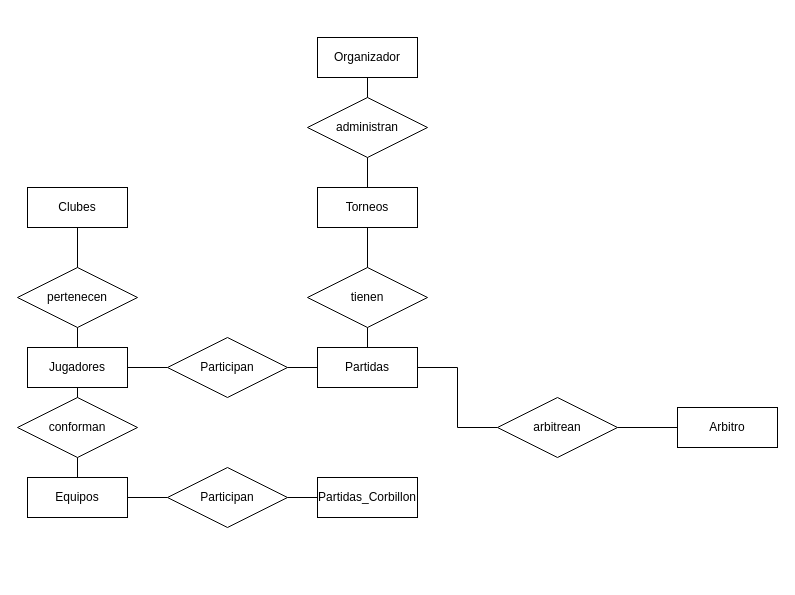
Earlier version of the draw.io diagram Pingpong.drawio (sologia/draw.io). Source tidied: cells renumbered, new cells numbered last; positions are measured from the earlier drawing's top-left corner, leaving out a move shared by most shapes. Both pictures are drawn from the tidied source at 100%, with x=0, y=0 at pixel (17, 37).
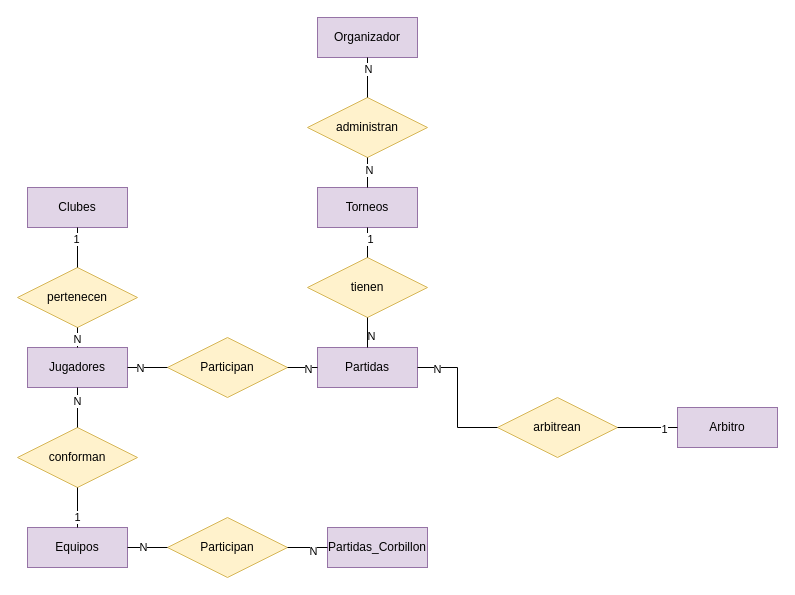
The same page after the edit.

Unchanged cells that the change refers to:
```xml
<mxCell id="17" style="endArrow=none;html=1;rounded=0;exitX=0.5;exitY=1;exitDx=0;exitDy=0;entryX=0.5;entryY=0;entryDx=0;entryDy=0;" parent="1" edge="1" source="7" target="2">
  <mxGeometry relative="1" as="geometry" />
</mxCell>
<mxCell id="18" style="endArrow=none;html=1;rounded=0;entryX=0.5;entryY=1;entryDx=0;entryDy=0;exitX=0.5;exitY=0;exitDx=0;exitDy=0;" parent="1" edge="1" source="7" target="3">
  <mxGeometry relative="1" as="geometry" />
</mxCell>
<mxCell id="19" style="endArrow=none;html=1;rounded=0;exitX=1;exitY=0.5;exitDx=0;exitDy=0;entryX=0;entryY=0.5;entryDx=0;entryDy=0;" parent="1" edge="1" source="2" target="6">
  <mxGeometry relative="1" as="geometry" />
</mxCell>
<mxCell id="20" style="endArrow=none;html=1;rounded=0;exitX=0.5;exitY=1;exitDx=0;exitDy=0;entryX=0.5;entryY=0;entryDx=0;entryDy=0;" parent="1" edge="1" source="2" target="8">
  <mxGeometry relative="1" as="geometry" />
</mxCell>
<mxCell id="21" style="endArrow=none;html=1;rounded=0;exitX=0.5;exitY=0;exitDx=0;exitDy=0;entryX=0.5;entryY=1;entryDx=0;entryDy=0;" parent="1" edge="1" source="5" target="8">
  <mxGeometry relative="1" as="geometry" />
</mxCell>
<mxCell id="22" style="endArrow=none;html=1;rounded=0;exitX=1;exitY=0.5;exitDx=0;exitDy=0;entryX=0;entryY=0.5;entryDx=0;entryDy=0;" parent="1" edge="1" source="16" target="9">
  <mxGeometry relative="1" as="geometry" />
</mxCell>
<mxCell id="23" style="endArrow=none;html=1;rounded=0;exitX=1;exitY=0.5;exitDx=0;exitDy=0;entryX=0;entryY=0.5;entryDx=0;entryDy=0;" parent="1" edge="1" source="5" target="16">
  <mxGeometry relative="1" as="geometry" />
</mxCell>
<mxCell id="24" style="endArrow=none;html=1;rounded=0;exitX=1;exitY=0.5;exitDx=0;exitDy=0;entryX=0;entryY=0.5;entryDx=0;entryDy=0;" parent="1" edge="1" source="6" target="15">
  <mxGeometry relative="1" as="geometry" />
</mxCell>
<mxCell id="25" style="endArrow=none;html=1;rounded=0;entryX=0;entryY=0.5;entryDx=0;entryDy=0;exitX=1;exitY=0.5;exitDx=0;exitDy=0;edgeStyle=orthogonalEdgeStyle;" parent="1" edge="1" source="15" target="12">
  <mxGeometry relative="1" as="geometry" />
</mxCell>
<mxCell id="26" style="endArrow=none;html=1;rounded=0;entryX=0;entryY=0.5;entryDx=0;entryDy=0;exitX=1;exitY=0.5;exitDx=0;exitDy=0;" parent="1" edge="1" source="12" target="11">
  <mxGeometry relative="1" as="geometry" />
</mxCell>
<mxCell id="27" style="endArrow=none;html=1;rounded=0;exitX=0.5;exitY=1;exitDx=0;exitDy=0;entryX=0.5;entryY=0;entryDx=0;entryDy=0;" parent="1" edge="1" source="10" target="15">
  <mxGeometry relative="1" as="geometry" />
</mxCell>
<mxCell id="28" style="endArrow=none;html=1;rounded=0;exitX=0.5;exitY=0;exitDx=0;exitDy=0;entryX=0.5;entryY=1;entryDx=0;entryDy=0;" parent="1" edge="1" source="10" target="4">
  <mxGeometry relative="1" as="geometry" />
</mxCell>
<mxCell id="29" style="endArrow=none;html=1;rounded=0;exitX=0.5;exitY=0;exitDx=0;exitDy=0;entryX=0.5;entryY=1;entryDx=0;entryDy=0;" parent="1" edge="1" source="4" target="13">
  <mxGeometry relative="1" as="geometry" />
</mxCell>
<mxCell id="30" style="endArrow=none;html=1;rounded=0;exitX=0.5;exitY=0;exitDx=0;exitDy=0;entryX=0.5;entryY=1;entryDx=0;entryDy=0;" parent="1" edge="1" source="13" target="14">
  <mxGeometry relative="1" as="geometry" />
</mxCell>
```

Diff of the diagram source:
```diff
@@
-    <mxCell id="2" value="Jugadores" style="whiteSpace=wrap;html=1;align=center;" parent="1" vertex="1">
+    <mxCell id="2" value="Jugadores" style="whiteSpace=wrap;html=1;align=center;fillColor=#e1d5e7;strokeColor=#9673a6;" parent="1" vertex="1">
       <mxGeometry x="10" y="310" width="100" height="40" as="geometry" />
     </mxCell>
-    <mxCell id="3" value="Clubes" style="whiteSpace=wrap;html=1;align=center;" parent="1" vertex="1">
+    <mxCell id="3" value="Clubes" style="whiteSpace=wrap;html=1;align=center;fillColor=#e1d5e7;strokeColor=#9673a6;" parent="1" vertex="1">
       <mxGeometry x="10" y="150" width="100" height="40" as="geometry" />
     </mxCell>
-    <mxCell id="4" value="Torneos" style="whiteSpace=wrap;html=1;align=center;" parent="1" vertex="1">
+    <mxCell id="4" value="Torneos" style="whiteSpace=wrap;html=1;align=center;fillColor=#e1d5e7;strokeColor=#9673a6;" parent="1" vertex="1">
       <mxGeometry x="300" y="150" width="100" height="40" as="geometry" />
     </mxCell>
-    <mxCell id="5" value="Equipos" style="whiteSpace=wrap;html=1;align=center;" parent="1" vertex="1">
-      <mxGeometry x="10" y="440" width="100" height="40" as="geometry" />
+    <mxCell id="5" value="Equipos" style="whiteSpace=wrap;html=1;align=center;fillColor=#e1d5e7;strokeColor=#9673a6;" parent="1" vertex="1">
+      <mxGeometry x="10" y="490" width="100" height="40" as="geometry" />
     </mxCell>
-    <mxCell id="6" value="Participan" style="shape=rhombus;perimeter=rhombusPerimeter;whiteSpace=wrap;html=1;align=center;" parent="1" vertex="1">
+    <mxCell id="6" value="Participan" style="shape=rhombus;perimeter=rhombusPerimeter;whiteSpace=wrap;html=1;align=center;fillColor=#fff2cc;strokeColor=#d6b656;" parent="1" vertex="1">
       <mxGeometry x="150" y="300" width="120" height="60" as="geometry" />
     </mxCell>
-    <mxCell id="7" value="pertenecen" style="shape=rhombus;perimeter=rhombusPerimeter;whiteSpace=wrap;html=1;align=center;" parent="1" vertex="1">
+    <mxCell id="7" value="pertenecen" style="shape=rhombus;perimeter=rhombusPerimeter;whiteSpace=wrap;html=1;align=center;fillColor=#fff2cc;strokeColor=#d6b656;" parent="1" vertex="1">
       <mxGeometry y="230" width="120" height="60" as="geometry" />
     </mxCell>
-    <mxCell id="8" value="conforman" style="shape=rhombus;perimeter=rhombusPerimeter;whiteSpace=wrap;html=1;align=center;" parent="1" vertex="1">
-      <mxGeometry y="360" width="120" height="60" as="geometry" />
+    <mxCell id="8" value="conforman" style="shape=rhombus;perimeter=rhombusPerimeter;whiteSpace=wrap;html=1;align=center;fillColor=#fff2cc;strokeColor=#d6b656;" parent="1" vertex="1">
+      <mxGeometry y="390" width="120" height="60" as="geometry" />
     </mxCell>
-    <mxCell id="9" value="Partidas_Corbillon" style="whiteSpace=wrap;html=1;align=center;" parent="1" vertex="1">
-      <mxGeometry x="300" y="440" width="100" height="40" as="geometry" />
+    <mxCell id="9" value="Partidas_Corbillon" style="whiteSpace=wrap;html=1;align=center;fillColor=#e1d5e7;strokeColor=#9673a6;" parent="1" vertex="1">
+      <mxGeometry x="310" y="490" width="100" height="40" as="geometry" />
     </mxCell>
-    <mxCell id="10" value="tienen" style="shape=rhombus;perimeter=rhombusPerimeter;whiteSpace=wrap;html=1;align=center;" parent="1" vertex="1">
-      <mxGeometry x="290" y="230" width="120" height="60" as="geometry" />
+    <mxCell id="10" value="tienen" style="shape=rhombus;perimeter=rhombusPerimeter;whiteSpace=wrap;html=1;align=center;fillColor=#fff2cc;strokeColor=#d6b656;" parent="1" vertex="1">
+      <mxGeometry x="290" y="220" width="120" height="60" as="geometry" />
     </mxCell>
-    <mxCell id="11" value="Arbitro" style="whiteSpace=wrap;html=1;align=center;" parent="1" vertex="1">
+    <mxCell id="11" value="Arbitro" style="whiteSpace=wrap;html=1;align=center;fillColor=#e1d5e7;strokeColor=#9673a6;" parent="1" vertex="1">
       <mxGeometry x="660" y="370" width="100" height="40" as="geometry" />
     </mxCell>
-    <mxCell id="12" value="arbitrean" style="shape=rhombus;perimeter=rhombusPerimeter;whiteSpace=wrap;html=1;align=center;" parent="1" vertex="1">
+    <mxCell id="12" value="arbitrean" style="shape=rhombus;perimeter=rhombusPerimeter;whiteSpace=wrap;html=1;align=center;fillColor=#fff2cc;strokeColor=#d6b656;" parent="1" vertex="1">
       <mxGeometry x="480" y="360" width="120" height="60" as="geometry" />
     </mxCell>
-    <mxCell id="13" value="administran" style="shape=rhombus;perimeter=rhombusPerimeter;whiteSpace=wrap;html=1;align=center;" parent="1" vertex="1">
+    <mxCell id="13" value="administran" style="shape=rhombus;perimeter=rhombusPerimeter;whiteSpace=wrap;html=1;align=center;fillColor=#fff2cc;strokeColor=#d6b656;" parent="1" vertex="1">
       <mxGeometry x="290" y="60" width="120" height="60" as="geometry" />
     </mxCell>
-    <mxCell id="14" value="Organizador" style="whiteSpace=wrap;html=1;align=center;" parent="1" vertex="1">
-      <mxGeometry x="300" width="100" height="40" as="geometry" />
+    <mxCell id="14" value="Organizador" style="whiteSpace=wrap;html=1;align=center;fillColor=#e1d5e7;strokeColor=#9673a6;" parent="1" vertex="1">
+      <mxGeometry x="300" y="-20" width="100" height="40" as="geometry" />
     </mxCell>
-    <mxCell id="15" value="Partidas" style="whiteSpace=wrap;html=1;align=center;" parent="1" vertex="1">
+    <mxCell id="15" value="Partidas" style="whiteSpace=wrap;html=1;align=center;fillColor=#e1d5e7;strokeColor=#9673a6;" parent="1" vertex="1">
       <mxGeometry x="300" y="310" width="100" height="40" as="geometry" />
     </mxCell>
-    <mxCell id="16" value="Participan" style="shape=rhombus;perimeter=rhombusPerimeter;whiteSpace=wrap;html=1;align=center;" parent="1" vertex="1">
-      <mxGeometry x="150" y="430" width="120" height="60" as="geometry" />
+    <mxCell id="16" value="Participan" style="shape=rhombus;perimeter=rhombusPerimeter;whiteSpace=wrap;html=1;align=center;fillColor=#fff2cc;strokeColor=#d6b656;" parent="1" vertex="1">
+      <mxGeometry x="150" y="480" width="120" height="60" as="geometry" />
     </mxCell>
@@
+    <mxCell id="31" value="N" style="edgeLabel;html=1;align=center;verticalAlign=middle;" parent="17" vertex="1">
+      <mxGeometry x="0.06" y="-1" relative="1" as="geometry" />
+    </mxCell>
@@
+    <mxCell id="32" value="1" style="edgeLabel;html=1;align=center;verticalAlign=middle;" parent="18" vertex="1">
+      <mxGeometry x="0.47" y="2" relative="1" as="geometry" />
+    </mxCell>
@@
+    <mxCell id="33" value="N" style="edgeLabel;html=1;align=center;verticalAlign=middle;" parent="19" vertex="1">
+      <mxGeometry x="-0.41" relative="1" as="geometry" />
+    </mxCell>
@@
+    <mxCell id="34" value="N" style="edgeLabel;html=1;align=center;verticalAlign=middle;" parent="20" vertex="1">
+      <mxGeometry x="-0.37" y="-1" relative="1" as="geometry" />
+    </mxCell>
@@
+    <mxCell id="35" value="1" style="edgeLabel;html=1;align=center;verticalAlign=middle;" parent="21" vertex="1">
+      <mxGeometry x="-0.43" y="1" relative="1" as="geometry" />
+    </mxCell>
@@
+    <mxCell id="36" value="N" style="edgeLabel;html=1;align=center;verticalAlign=middle;" parent="22" vertex="1">
+      <mxGeometry x="0.24" y="-3" relative="1" as="geometry" />
+    </mxCell>
@@
+    <mxCell id="37" value="N" style="edgeLabel;html=1;align=center;verticalAlign=middle;" parent="23" vertex="1">
+      <mxGeometry x="-0.26" y="1" relative="1" as="geometry" />
+    </mxCell>
@@
+    <mxCell id="38" value="N" style="edgeLabel;html=1;align=center;verticalAlign=middle;" parent="24" vertex="1">
+      <mxGeometry x="0.32" y="-1" relative="1" as="geometry" />
+    </mxCell>
@@
+    <mxCell id="39" value="N" style="edgeLabel;html=1;align=center;verticalAlign=middle;" parent="25" vertex="1">
+      <mxGeometry x="-0.73" y="-1" relative="1" as="geometry" />
+    </mxCell>
@@
+    <mxCell id="40" value="1" style="edgeLabel;html=1;align=center;verticalAlign=middle;" parent="26" vertex="1">
+      <mxGeometry x="0.53" y="-1" relative="1" as="geometry" />
+    </mxCell>
@@
+    <mxCell id="41" value="N" style="edgeLabel;html=1;align=center;verticalAlign=middle;" parent="27" vertex="1">
+      <mxGeometry x="0.17" y="3" relative="1" as="geometry" />
+    </mxCell>
@@
+    <mxCell id="42" value="1" style="edgeLabel;html=1;align=center;verticalAlign=middle;" parent="28" vertex="1">
+      <mxGeometry x="0.29" y="-2" relative="1" as="geometry" />
+    </mxCell>
@@
+    <mxCell id="43" value="N" style="edgeLabel;html=1;align=center;verticalAlign=middle;" parent="29" vertex="1">
+      <mxGeometry x="0.19" y="-1" relative="1" as="geometry" />
+    </mxCell>
@@
+    <mxCell id="44" value="N" style="edgeLabel;html=1;align=center;verticalAlign=middle;" parent="30" vertex="1">
+      <mxGeometry x="0.44" relative="1" as="geometry" />
+    </mxCell>
```
